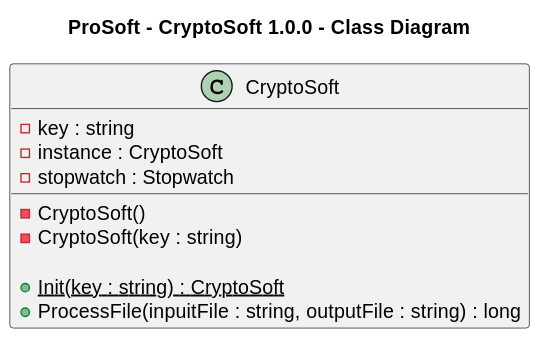
Earlier version of the PlantUML export docs/diagrams/cryptosoft/ProSoft - CryptoSoft 1.0.0 - Class Diagram.svg (TangoAlphaN/EasySave).
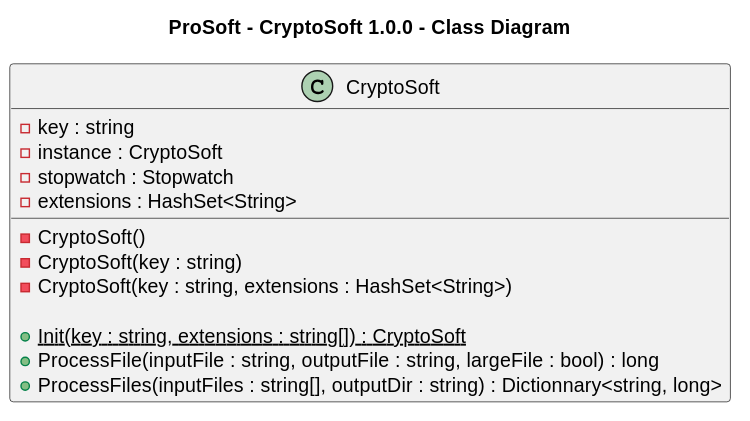
The same file after the commit.

What changed in the source:
```diff
@@ -6,12 +6,15 @@
     - key : string
     - instance : CryptoSoft
     - stopwatch : Stopwatch
+    - extensions : HashSet<String>
 
     - CryptoSoft()
     - CryptoSoft(key : string)
+    - CryptoSoft(key : string, extensions : HashSet<String>)
 
-    + {static} Init(key : string) : CryptoSoft
-    + ProcessFile(inpuitFile : string, outputFile : string) : long
+    + {static} Init(key : string, extensions : string[]) : CryptoSoft
+    + ProcessFile(inputFile : string, outputFile : string, largeFile : bool) : long
+    + ProcessFiles(inputFiles : string[], outputDir : string) : Dictionnary<string, long>
 }
 
 @enduml
```
